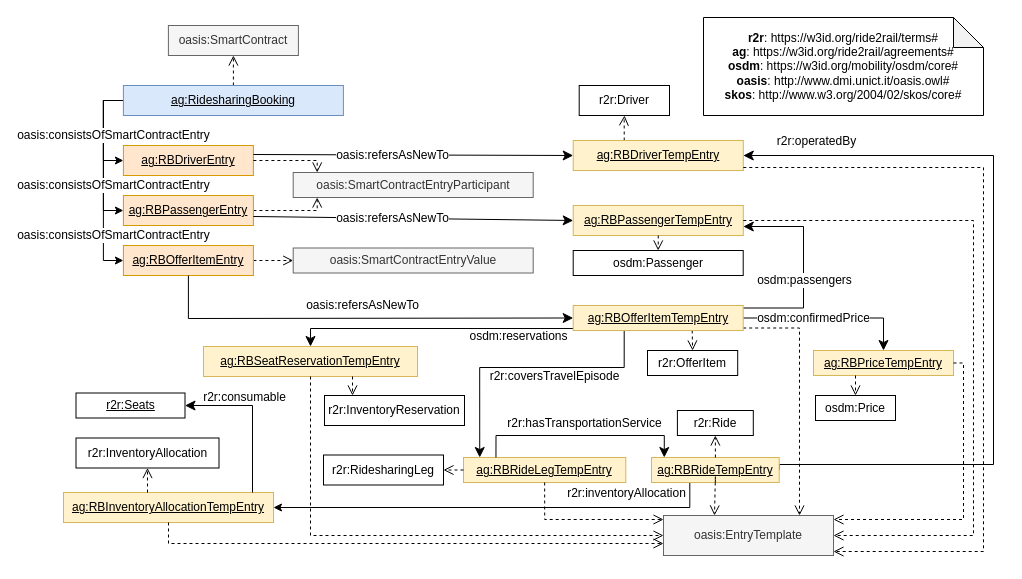
This is agreements/ridesharing-booking.drawio.xml from Ride2Rail/agreement-ledger-ontology, a draw.io file, before an edit. Source tidied: cells renumbered, new cells numbered last; positions are measured from the earlier drawing's top-left corner, leaving out a move shared by most shapes. Both pictures are drawn from the tidied source at 100%, with x=0, y=0 at pixel (63, 17).
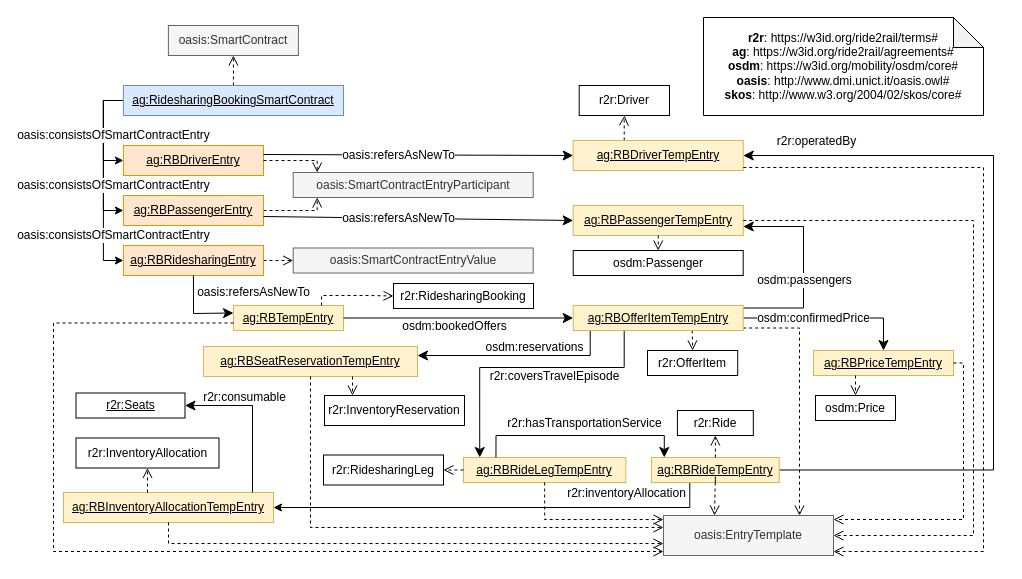
After the change.

Commit message (it also covers changes not shown here):
Update Ridesharing Booking

The change refers to these unchanged cells:
```xml
<mxCell id="17" value="&lt;u&gt;ag:RBDriverTempEntry&lt;/u&gt;" style="rounded=0;whiteSpace=wrap;html=1;snapToPoint=1;points=[[0.1,0],[0.2,0],[0.3,0],[0.4,0],[0.5,0],[0.6,0],[0.7,0],[0.8,0],[0.9,0],[0,0.1],[0,0.3],[0,0.5],[0,0.7],[0,0.9],[0.1,1],[0.2,1],[0.3,1],[0.4,1],[0.5,1],[0.6,1],[0.7,1],[0.8,1],[0.9,1],[1,0.1],[1,0.3],[1,0.5],[1,0.7],[1,0.9]];fillColor=#fff2cc;strokeColor=#d6b656;" parent="1" vertex="1">
  <mxGeometry x="509.7" y="123" width="170.1" height="30" as="geometry" />
</mxCell>
<mxCell id="23" value="oasis:EntryTemplate" style="rounded=0;whiteSpace=wrap;html=1;snapToPoint=1;points=[[0.1,0],[0.2,0],[0.3,0],[0.4,0],[0.5,0],[0.6,0],[0.7,0],[0.8,0],[0.9,0],[0,0.1],[0,0.3],[0,0.5],[0,0.7],[0,0.9],[0.1,1],[0.2,1],[0.3,1],[0.4,1],[0.5,1],[0.6,1],[0.7,1],[0.8,1],[0.9,1],[1,0.1],[1,0.3],[1,0.5],[1,0.7],[1,0.9]];fillColor=#f5f5f5;fontColor=#333333;strokeColor=#666666;" parent="1" vertex="1">
  <mxGeometry x="600" y="498" width="170" height="40" as="geometry" />
</mxCell>
<mxCell id="43" value="&lt;u&gt;ag:RBSeatReservationTempEntry&lt;/u&gt;" style="rounded=0;whiteSpace=wrap;html=1;snapToPoint=1;points=[[0.1,0],[0.2,0],[0.3,0],[0.4,0],[0.5,0],[0.6,0],[0.7,0],[0.8,0],[0.9,0],[0,0.1],[0,0.3],[0,0.5],[0,0.7],[0,0.9],[0.1,1],[0.2,1],[0.3,1],[0.4,1],[0.5,1],[0.6,1],[0.7,1],[0.8,1],[0.9,1],[1,0.1],[1,0.3],[1,0.5],[1,0.7],[1,0.9]];fillColor=#fff2cc;strokeColor=#d6b656;" parent="1" vertex="1">
  <mxGeometry x="140" y="329" width="214" height="30" as="geometry" />
</mxCell>
<mxCell id="65" value="&lt;u&gt;ag:RBRideTempEntry&lt;/u&gt;" style="rounded=0;whiteSpace=wrap;html=1;snapToPoint=1;points=[[0.1,0],[0.2,0],[0.3,0],[0.4,0],[0.5,0],[0.6,0],[0.7,0],[0.8,0],[0.9,0],[0,0.1],[0,0.3],[0,0.5],[0,0.7],[0,0.9],[0.1,1],[0.2,1],[0.3,1],[0.4,1],[0.5,1],[0.6,1],[0.7,1],[0.8,1],[0.9,1],[1,0.1],[1,0.3],[1,0.5],[1,0.7],[1,0.9]];fillColor=#fff2cc;strokeColor=#d6b656;" parent="1" vertex="1">
  <mxGeometry x="588" y="440" width="127.7" height="25" as="geometry" />
</mxCell>
<mxCell id="72" value="&lt;u&gt;ag:RBOfferItemTempEntry&lt;/u&gt;" style="rounded=0;whiteSpace=wrap;html=1;snapToPoint=1;points=[[0.1,0],[0.2,0],[0.3,0],[0.4,0],[0.5,0],[0.6,0],[0.7,0],[0.8,0],[0.9,0],[0,0.1],[0,0.3],[0,0.5],[0,0.7],[0,0.9],[0.1,1],[0.2,1],[0.3,1],[0.4,1],[0.5,1],[0.6,1],[0.7,1],[0.8,1],[0.9,1],[1,0.1],[1,0.3],[1,0.5],[1,0.7],[1,0.9]];fillColor=#fff2cc;strokeColor=#d6b656;" parent="1" vertex="1">
  <mxGeometry x="509.7" y="288" width="170" height="25" as="geometry" />
</mxCell>
```

Change to the diagram source:
```diff
@@
-    <mxCell id="7" value="&lt;u&gt;ag:RidesharingBooking&lt;/u&gt;" style="rounded=0;whiteSpace=wrap;html=1;snapToPoint=1;points=[[0.1,0],[0.2,0],[0.3,0],[0.4,0],[0.5,0],[0.6,0],[0.7,0],[0.8,0],[0.9,0],[0,0.1],[0,0.3],[0,0.5],[0,0.7],[0,0.9],[0.1,1],[0.2,1],[0.3,1],[0.4,1],[0.5,1],[0.6,1],[0.7,1],[0.8,1],[0.9,1],[1,0.1],[1,0.3],[1,0.5],[1,0.7],[1,0.9]];fillColor=#dae8fc;strokeColor=#6c8ebf;" parent="1" vertex="1">
-      <mxGeometry x="59.9" y="68" width="220" height="30" as="geometry" />
+    <mxCell id="7" value="&lt;u&gt;ag:RidesharingBookingSmartContract&lt;/u&gt;" style="rounded=0;whiteSpace=wrap;html=1;snapToPoint=1;points=[[0.1,0],[0.2,0],[0.3,0],[0.4,0],[0.5,0],[0.6,0],[0.7,0],[0.8,0],[0.9,0],[0,0.1],[0,0.3],[0,0.5],[0,0.7],[0,0.9],[0.1,1],[0.2,1],[0.3,1],[0.4,1],[0.5,1],[0.6,1],[0.7,1],[0.8,1],[0.9,1],[1,0.1],[1,0.3],[1,0.5],[1,0.7],[1,0.9]];fillColor=#dae8fc;strokeColor=#6c8ebf;" parent="1" vertex="1">
+      <mxGeometry x="59.9" y="68" width="220.1" height="30" as="geometry" />
     </mxCell>
@@
     <mxCell id="9" value="&lt;u&gt;ag:RBDriverEntry&lt;/u&gt;" style="rounded=0;whiteSpace=wrap;html=1;snapToPoint=1;points=[[0.1,0],[0.2,0],[0.3,0],[0.4,0],[0.5,0],[0.6,0],[0.7,0],[0.8,0],[0.9,0],[0,0.1],[0,0.3],[0,0.5],[0,0.7],[0,0.9],[0.1,1],[0.2,1],[0.3,1],[0.4,1],[0.5,1],[0.6,1],[0.7,1],[0.8,1],[0.9,1],[1,0.1],[1,0.3],[1,0.5],[1,0.7],[1,0.9]];fillColor=#ffe6cc;strokeColor=#d79b00;" parent="1" vertex="1">
-      <mxGeometry x="59.9" y="128" width="130" height="30" as="geometry" />
+      <mxGeometry x="59.9" y="128" width="140.1" height="30" as="geometry" />
     </mxCell>
@@
     <mxCell id="12" value="&lt;u&gt;ag:RBPassengerEntry&lt;/u&gt;" style="rounded=0;whiteSpace=wrap;html=1;snapToPoint=1;points=[[0.1,0],[0.2,0],[0.3,0],[0.4,0],[0.5,0],[0.6,0],[0.7,0],[0.8,0],[0.9,0],[0,0.1],[0,0.3],[0,0.5],[0,0.7],[0,0.9],[0.1,1],[0.2,1],[0.3,1],[0.4,1],[0.5,1],[0.6,1],[0.7,1],[0.8,1],[0.9,1],[1,0.1],[1,0.3],[1,0.5],[1,0.7],[1,0.9]];fillColor=#ffe6cc;strokeColor=#d79b00;" parent="1" vertex="1">
-      <mxGeometry x="59.9" y="178" width="130" height="30" as="geometry" />
+      <mxGeometry x="59.9" y="178" width="140.1" height="30" as="geometry" />
     </mxCell>
@@
-    <mxCell id="14" value="&lt;u&gt;ag:RBOfferItemEntry&lt;/u&gt;" style="rounded=0;whiteSpace=wrap;html=1;snapToPoint=1;points=[[0.1,0],[0.2,0],[0.3,0],[0.4,0],[0.5,0],[0.6,0],[0.7,0],[0.8,0],[0.9,0],[0,0.1],[0,0.3],[0,0.5],[0,0.7],[0,0.9],[0.1,1],[0.2,1],[0.3,1],[0.4,1],[0.5,1],[0.6,1],[0.7,1],[0.8,1],[0.9,1],[1,0.1],[1,0.3],[1,0.5],[1,0.7],[1,0.9]];fillColor=#ffe6cc;strokeColor=#d79b00;" parent="1" vertex="1">
-      <mxGeometry x="59.9" y="228" width="130" height="30" as="geometry" />
+    <mxCell id="14" value="&lt;u&gt;ag:RBRidesharingEntry&lt;/u&gt;" style="rounded=0;whiteSpace=wrap;html=1;snapToPoint=1;points=[[0.1,0],[0.2,0],[0.3,0],[0.4,0],[0.5,0],[0.6,0],[0.7,0],[0.8,0],[0.9,0],[0,0.1],[0,0.3],[0,0.5],[0,0.7],[0,0.9],[0.1,1],[0.2,1],[0.3,1],[0.4,1],[0.5,1],[0.6,1],[0.7,1],[0.8,1],[0.9,1],[1,0.1],[1,0.3],[1,0.5],[1,0.7],[1,0.9]];fillColor=#ffe6cc;strokeColor=#d79b00;" parent="1" vertex="1">
+      <mxGeometry x="59.9" y="228" width="140.1" height="30" as="geometry" />
     </mxCell>
@@
-    <mxCell id="29" style="endArrow=classic;html=1;exitX=0.5;exitY=1;exitDx=0;exitDy=0;endSize=8;rounded=0;entryX=0;entryY=0.5;entryDx=0;entryDy=0;" parent="1" edge="1" source="14" target="72">
+    <mxCell id="29" style="endArrow=classic;html=1;exitX=0.5;exitY=1;exitDx=0;exitDy=0;endSize=8;rounded=0;entryX=0;entryY=0.3;entryDx=0;entryDy=0;" parent="1" edge="1" source="14" target="73">
       <mxGeometry relative="1" as="geometry">
         <Array as="points">
-          <mxPoint x="124.9" y="301" />
+          <mxPoint x="130" y="296" />
         </Array>
       </mxGeometry>
     </mxCell>
     <mxCell id="30" value="&lt;div&gt;oasis:refersAsNewTo&lt;/div&gt;" style="text;html=1;align=center;verticalAlign=middle;labelBackgroundColor=#ffffff;" parent="29" vertex="1">
       <mxGeometry x="-0.13" relative="1" as="geometry">
-        <mxPoint x="31" y="-13" as="offset" />
+        <mxPoint x="60" y="-17" as="offset" />
       </mxGeometry>
     </mxCell>
@@
-    <mxCell id="41" style="endArrow=classic;html=1;endSize=8;rounded=0;entryX=0.5;entryY=0;entryDx=0;entryDy=0;edgeStyle=orthogonalEdgeStyle;" parent="1" edge="1" source="72" target="43">
+    <mxCell id="41" style="endArrow=classic;html=1;endSize=8;rounded=0;entryX=1;entryY=0.3;entryDx=0;entryDy=0;edgeStyle=orthogonalEdgeStyle;exitX=0.1;exitY=1;exitDx=0;exitDy=0;" parent="1" edge="1" source="72" target="43">
       <mxGeometry relative="1" as="geometry">
         <Array as="points">
-          <mxPoint x="247" y="311" />
+          <mxPoint x="527" y="338" />
         </Array>
       </mxGeometry>
     </mxCell>
     <mxCell id="42" value="&lt;div&gt;osdm:reservations&lt;/div&gt;" style="text;html=1;align=center;verticalAlign=middle;labelBackgroundColor=#ffffff;" parent="41" vertex="1">
       <mxGeometry x="-0.13" relative="1" as="geometry">
-        <mxPoint x="66" y="7" as="offset" />
+        <mxPoint x="5" y="-9" as="offset" />
       </mxGeometry>
     </mxCell>
@@
-    <mxCell id="53" style="edgeStyle=orthogonalEdgeStyle;rounded=0;jettySize=auto;html=1;exitX=0.5;exitY=1;exitDx=0;exitDy=0;dashed=1;endArrow=open;fontColor=#000099;endFill=0;endSize=8;entryX=0;entryY=0.5;entryDx=0;entryDy=0;" parent="1" edge="1" source="43" target="23">
+    <mxCell id="53" style="rounded=0;jettySize=auto;html=1;dashed=1;endArrow=open;fontColor=#000099;endFill=0;endSize=8;edgeStyle=orthogonalEdgeStyle;exitX=0.5;exitY=1;exitDx=0;exitDy=0;entryX=0;entryY=0.3;entryDx=0;entryDy=0;" parent="1" edge="1" source="43" target="23">
       <mxGeometry relative="1" as="geometry">
         <Array as="points">
-          <mxPoint x="267" y="518" />
-          <mxPoint x="600" y="518" />
+          <mxPoint x="247" y="510" />
         </Array>
       </mxGeometry>
     </mxCell>
@@
     <mxCell id="55" style="endArrow=classic;html=1;exitX=1;exitY=0.5;exitDx=0;exitDy=0;endSize=8;rounded=0;edgeStyle=orthogonalEdgeStyle;entryX=1;entryY=0.5;entryDx=0;entryDy=0;" parent="1" edge="1" source="65" target="17">
       <mxGeometry relative="1" as="geometry">
         <Array as="points">
-          <mxPoint x="716" y="447" />
-          <mxPoint x="930" y="447" />
+          <mxPoint x="930" y="453" />
           <mxPoint x="930" y="138" />
         </Array>
       </mxGeometry>
     </mxCell>
@@
+    <mxCell id="73" value="&lt;u&gt;ag:RBTempEntry&lt;/u&gt;" style="rounded=0;whiteSpace=wrap;html=1;snapToPoint=1;points=[[0.1,0],[0.2,0],[0.3,0],[0.4,0],[0.5,0],[0.6,0],[0.7,0],[0.8,0],[0.9,0],[0,0.1],[0,0.3],[0,0.5],[0,0.7],[0,0.9],[0.1,1],[0.2,1],[0.3,1],[0.4,1],[0.5,1],[0.6,1],[0.7,1],[0.8,1],[0.9,1],[1,0.1],[1,0.3],[1,0.5],[1,0.7],[1,0.9]];fillColor=#fff2cc;strokeColor=#d6b656;" parent="1" vertex="1">
+      <mxGeometry x="170" y="288" width="110" height="25" as="geometry" />
+    </mxCell>
+    <mxCell id="74" value="r2r:RidesharingBooking" style="rounded=0;whiteSpace=wrap;html=1;snapToPoint=1;points=[[0.1,0],[0.2,0],[0.3,0],[0.4,0],[0.5,0],[0.6,0],[0.7,0],[0.8,0],[0.9,0],[0,0.1],[0,0.3],[0,0.5],[0,0.7],[0,0.9],[0.1,1],[0.2,1],[0.3,1],[0.4,1],[0.5,1],[0.6,1],[0.7,1],[0.8,1],[0.9,1],[1,0.1],[1,0.3],[1,0.5],[1,0.7],[1,0.9]];" parent="1" vertex="1">
+      <mxGeometry x="330" y="266" width="140" height="25" as="geometry" />
+    </mxCell>
+    <mxCell id="75" style="endArrow=open;html=1;fontColor=#000099;endFill=0;dashed=1;entryX=0;entryY=0.5;entryDx=0;entryDy=0;endSize=8;exitX=0.8;exitY=0;exitDx=0;exitDy=0;rounded=0;edgeStyle=orthogonalEdgeStyle;" parent="1" edge="1" source="73" target="74">
+      <mxGeometry relative="1" as="geometry" />
+    </mxCell>
+    <mxCell id="76" style="endArrow=classic;html=1;exitX=1;exitY=0.5;exitDx=0;exitDy=0;endSize=8;rounded=0;entryX=0;entryY=0.5;entryDx=0;entryDy=0;" parent="1" edge="1" source="73" target="72">
+      <mxGeometry relative="1" as="geometry" />
+    </mxCell>
+    <mxCell id="77" value="&lt;div&gt;osdm:bookedOffers&lt;/div&gt;" style="text;html=1;align=center;verticalAlign=middle;labelBackgroundColor=#ffffff;" parent="76" vertex="1">
+      <mxGeometry x="-0.13" relative="1" as="geometry">
+        <mxPoint x="10" y="8" as="offset" />
+      </mxGeometry>
+    </mxCell>
+    <mxCell id="78" style="edgeStyle=orthogonalEdgeStyle;rounded=0;jettySize=auto;html=1;exitX=0;exitY=0.7;exitDx=0;exitDy=0;dashed=1;endArrow=open;fontColor=#000099;endFill=0;endSize=8;entryX=0;entryY=0.9;entryDx=0;entryDy=0;" parent="1" edge="1" source="73" target="23">
+      <mxGeometry relative="1" as="geometry">
+        <Array as="points">
+          <mxPoint x="-10" y="306" />
+          <mxPoint x="-10" y="534" />
+        </Array>
+      </mxGeometry>
+    </mxCell>
```
